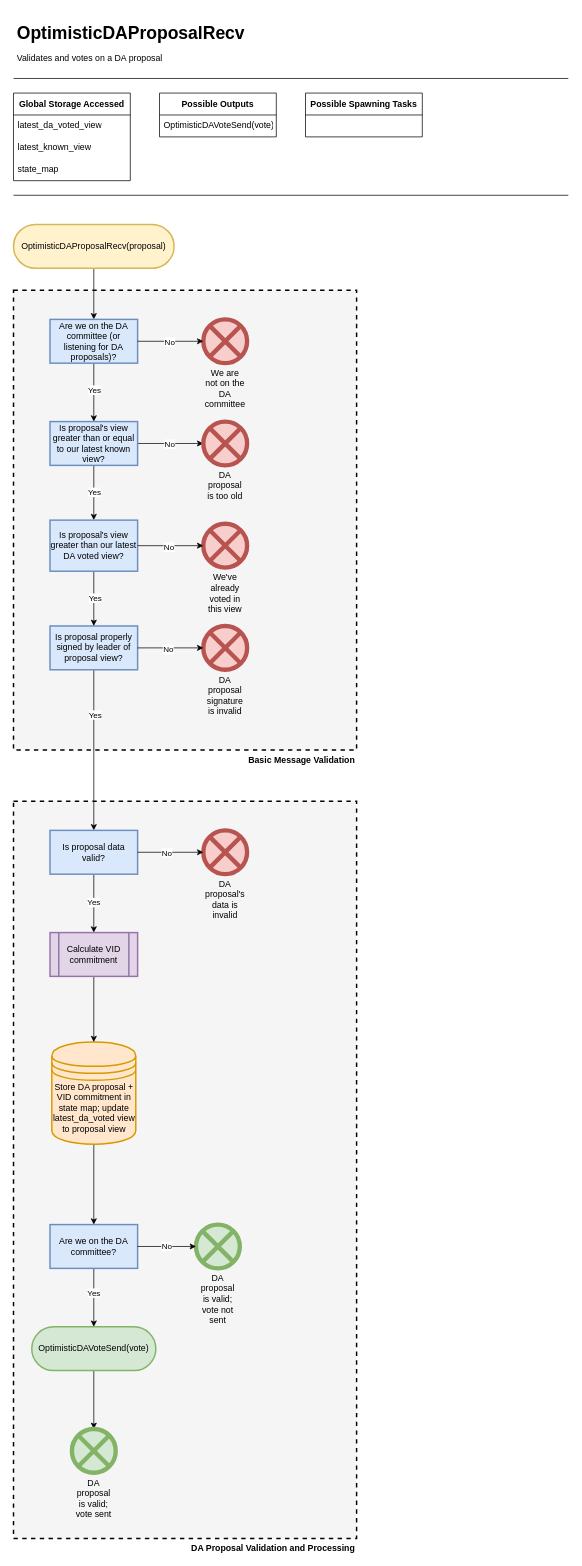
Earlier version of the draw.io diagram page "OptimisticDaProposalRecv" (3 of 17) of docs/diagrams/HotShotFlow.drawio (EspressoSystems/HotShot). Source tidied: cells renumbered, new cells numbered last; positions are measured from the earlier drawing's top-left corner, leaving out a move shared by most shapes. Both pictures are drawn from the tidied source at 73%, with x=0, y=0 at pixel (13, 20).
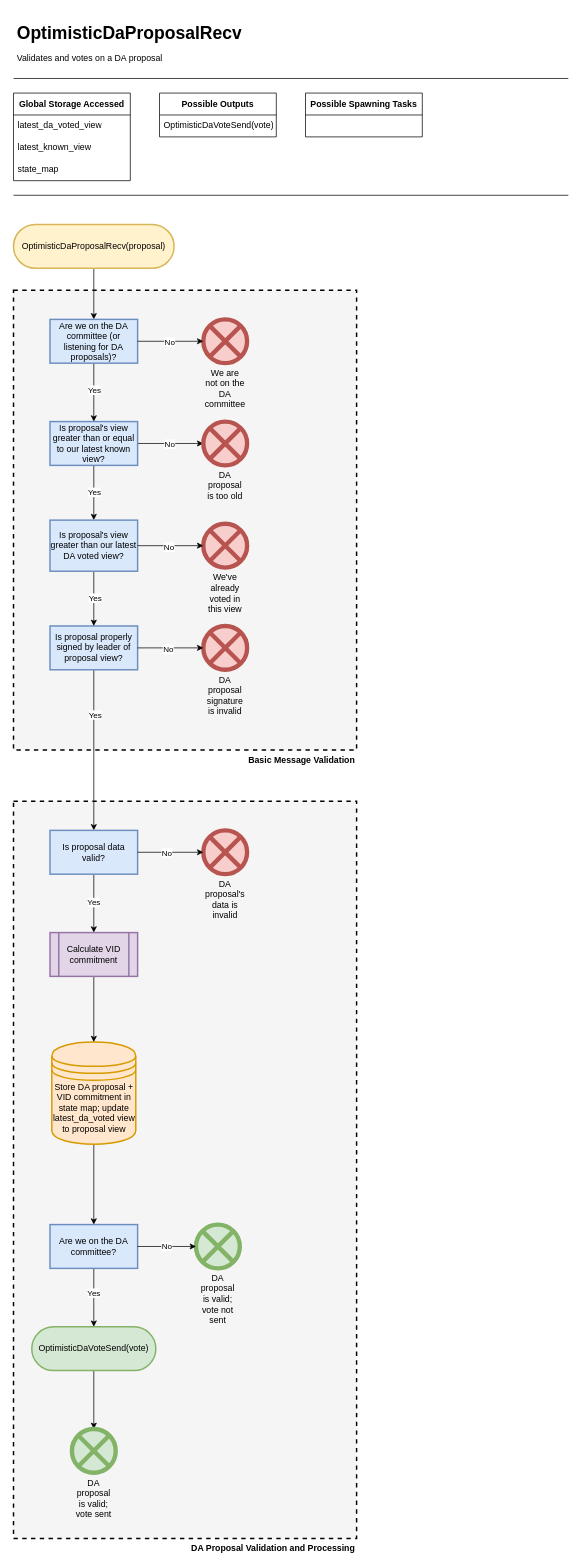
The same diagram, later.

Unchanged cells that the change refers to:
```xml
<mxCell id="10" value="&lt;b&gt;Possible Outputs&lt;/b&gt;" style="swimlane;fontStyle=0;horizontal=1;startSize=30;whiteSpace=wrap;html=1;" parent="1" vertex="1">
  <mxGeometry x="200" y="100" width="160" height="60" as="geometry" />
</mxCell>
```

The edit, as a diff of the source:
```diff
@@
-    <mxCell id="4" value="&lt;h1 style=&quot;line-height: 100%;&quot;&gt;OptimisticDAProposalRecv&lt;/h1&gt;&lt;p style=&quot;line-height: 100%;&quot;&gt;Validates and votes on a DA proposal&lt;/p&gt;" style="text;html=1;strokeColor=none;fillColor=none;spacing=5;spacingTop=-20;whiteSpace=wrap;overflow=hidden;rounded=0;" parent="1" vertex="1">
+    <mxCell id="4" value="&lt;h1 style=&quot;line-height: 100%;&quot;&gt;OptimisticDaProposalRecv&lt;/h1&gt;&lt;p style=&quot;line-height: 100%;&quot;&gt;Validates and votes on a DA proposal&lt;/p&gt;" style="text;html=1;strokeColor=none;fillColor=none;spacing=5;spacingTop=-20;whiteSpace=wrap;overflow=hidden;rounded=0;" parent="1" vertex="1">
       <mxGeometry width="350" height="70" as="geometry" />
     </mxCell>
@@
-    <mxCell id="11" value="OptimisticDAVoteSend(vote)" style="text;strokeColor=none;fillColor=none;align=left;verticalAlign=middle;spacingLeft=4;spacingRight=4;overflow=hidden;whiteSpace=wrap;html=1;" parent="10" vertex="1">
+    <mxCell id="11" value="OptimisticDaVoteSend(vote)" style="text;strokeColor=none;fillColor=none;align=left;verticalAlign=middle;spacingLeft=4;spacingRight=4;overflow=hidden;whiteSpace=wrap;html=1;" parent="10" vertex="1">
       <mxGeometry y="30" width="160" height="30" as="geometry" />
     </mxCell>
@@
-    <mxCell id="15" value="OptimisticDAProposalRecv(proposal)" style="rounded=1;whiteSpace=wrap;html=1;fillColor=#fff2cc;strokeColor=#d6b656;arcSize=50;strokeWidth=2;" parent="1" vertex="1">
+    <mxCell id="15" value="OptimisticDaProposalRecv(proposal)" style="rounded=1;whiteSpace=wrap;html=1;fillColor=#fff2cc;strokeColor=#d6b656;arcSize=50;strokeWidth=2;" parent="1" vertex="1">
       <mxGeometry y="280" width="220" height="60" as="geometry" />
     </mxCell>
@@
-    <mxCell id="25" value="OptimisticDAVoteSend(vote)" style="whiteSpace=wrap;html=1;fillColor=#d5e8d4;strokeColor=#82b366;rounded=1;arcSize=50;strokeWidth=2;" parent="1" vertex="1">
+    <mxCell id="25" value="OptimisticDaVoteSend(vote)" style="whiteSpace=wrap;html=1;fillColor=#d5e8d4;strokeColor=#82b366;rounded=1;arcSize=50;strokeWidth=2;" parent="1" vertex="1">
       <mxGeometry x="25" y="1790" width="170" height="60" as="geometry" />
     </mxCell>
```
